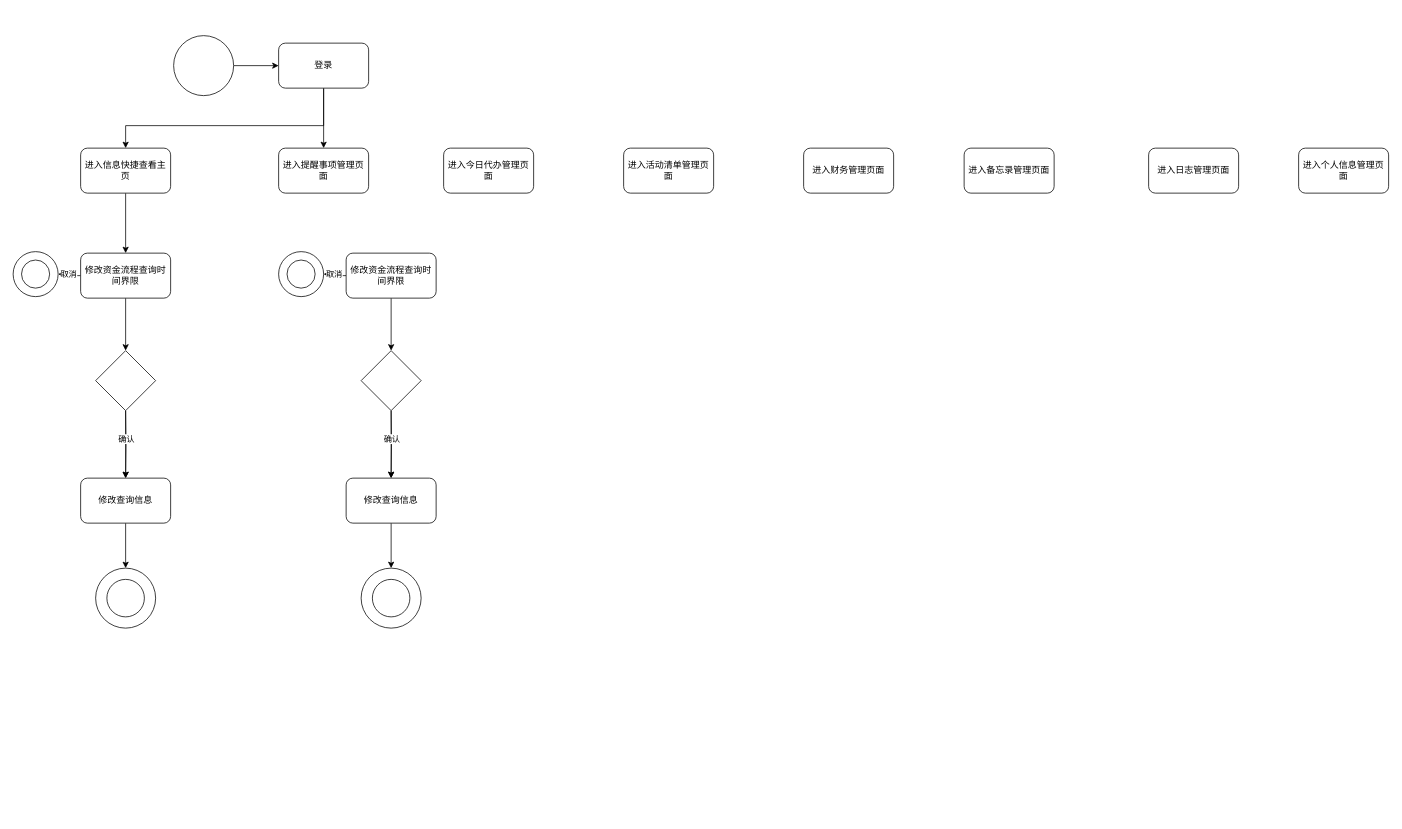
Earlier version of the draw.io diagram 工程流程图.drawio (GitHubDeadTree/Campus-ToDo). Source tidied: cells renumbered, new cells numbered last; positions are measured from the earlier drawing's top-left corner, leaving out a move shared by most shapes. Both pictures are drawn from the tidied source at 75%, with x=0, y=0 at pixel (13, 35).
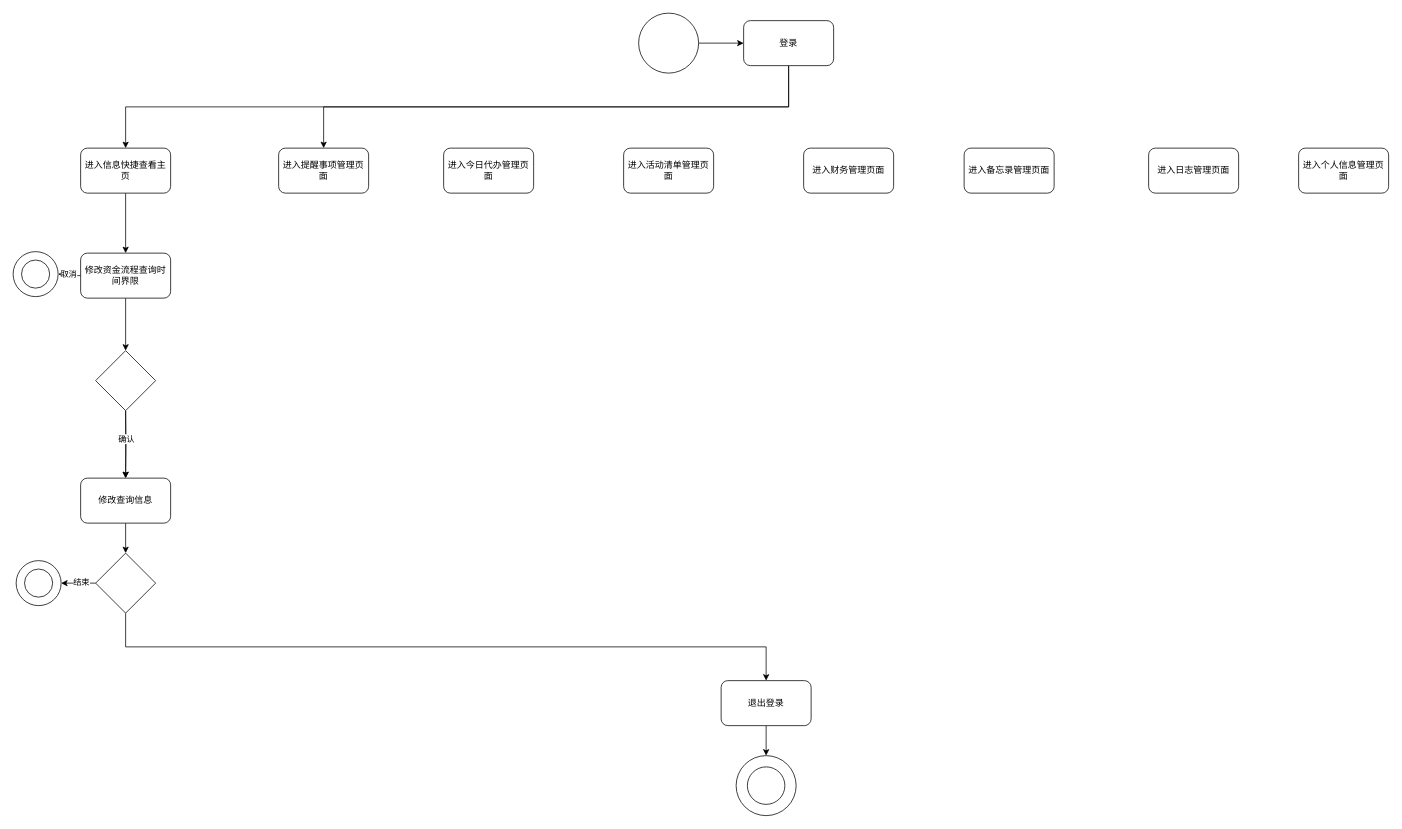
After the change.

Commit message (it also covers changes not shown here):
更新工程流程图.drawio

Unchanged cells that the change refers to:
```xml
<mxCell id="9" value="进入信息快捷查看主页" style="rounded=1;whiteSpace=wrap;html=1;" parent="1" vertex="1">
  <mxGeometry x="90" y="150" width="120" height="60" as="geometry" />
</mxCell>
<mxCell id="19" value="修改查询信息" style="whiteSpace=wrap;html=1;rounded=1;" parent="1" vertex="1">
  <mxGeometry x="90" y="590" width="120" height="60" as="geometry" />
</mxCell>
<mxCell id="26" value="进入提醒事项管理页面" style="rounded=1;whiteSpace=wrap;html=1;" parent="1" vertex="1">
  <mxGeometry x="354" y="150" width="120" height="60" as="geometry" />
</mxCell>
```

What changed in the source:
```diff
@@
     <mxCell id="4" style="ellipse;whiteSpace=wrap;html=1;" parent="1" vertex="1">
-      <mxGeometry x="214" width="80" height="80" as="geometry" />
+      <mxGeometry x="834" y="-30" width="80" height="80" as="geometry" />
     </mxCell>
+    <mxCell id="6" style="edgeStyle=orthogonalEdgeStyle;rounded=0;jettySize=auto;html=1;exitX=0.5;exitY=1;exitDx=0;exitDy=0;" parent="1" edge="1" source="7" target="26">
+      <mxGeometry relative="1" as="geometry" />
+    </mxCell>
-    <mxCell id="5" style="edgeStyle=orthogonalEdgeStyle;rounded=0;jettySize=auto;html=1;entryX=0.5;entryY=0;entryDx=0;entryDy=0;" parent="1" edge="1" source="7" target="9">
-      <mxGeometry relative="1" as="geometry">
-        <Array as="points">
-          <mxPoint x="414" y="120" />
-          <mxPoint x="150" y="120" />
-        </Array>
-      </mxGeometry>
+    <mxCell id="5" style="edgeStyle=orthogonalEdgeStyle;rounded=0;jettySize=auto;html=1;exitX=0.5;exitY=1;exitDx=0;exitDy=0;" parent="1" edge="1" source="7" target="9">
+      <mxGeometry relative="1" as="geometry" />
     </mxCell>
-    <mxCell id="6" style="edgeStyle=orthogonalEdgeStyle;rounded=0;jettySize=auto;html=1;" parent="1" edge="1" source="7" target="26">
-      <mxGeometry relative="1" as="geometry" />
-    </mxCell>
     <mxCell id="7" value="登录" style="rounded=1;whiteSpace=wrap;html=1;" parent="1" vertex="1">
-      <mxGeometry x="354" y="10" width="120" height="60" as="geometry" />
+      <mxGeometry x="974" y="-20" width="120" height="60" as="geometry" />
     </mxCell>
@@
-    <mxCell id="18" style="edgeStyle=orthogonalEdgeStyle;rounded=0;jettySize=auto;html=1;entryX=0.5;entryY=0;entryDx=0;entryDy=0;" parent="1" edge="1" source="19" target="21">
+    <mxCell id="18" style="edgeStyle=orthogonalEdgeStyle;rounded=0;jettySize=auto;html=1;entryX=0.5;entryY=0;entryDx=0;entryDy=0;" parent="1" edge="1" source="19" target="57">
       <mxGeometry relative="1" as="geometry" />
     </mxCell>
@@
-    <mxCell id="20" style="group;" parent="1" vertex="1">
-      <mxGeometry x="110" y="710" width="80" height="80" as="geometry" />
-    </mxCell>
-    <mxCell id="21" style="ellipse;whiteSpace=wrap;html=1;rounded=1;" parent="20" vertex="1">
-      <mxGeometry width="80" height="80" as="geometry" />
-    </mxCell>
-    <mxCell id="22" style="ellipse;whiteSpace=wrap;html=1;rounded=1;" parent="20" vertex="1">
-      <mxGeometry x="15" y="15" width="50" height="50" as="geometry" />
-    </mxCell>
@@
-    <mxCell id="27" style="edgeStyle=orthogonalEdgeStyle;rounded=0;jettySize=auto;html=1;" parent="1" edge="1" source="30" target="32">
-      <mxGeometry relative="1" as="geometry" />
-    </mxCell>
-    <mxCell id="28" value="取消" style="edgeLabel;html=1;align=center;verticalAlign=middle;" parent="27" vertex="1">
-      <mxGeometry x="0.09" y="-3" relative="1" as="geometry" />
-    </mxCell>
-    <mxCell id="29" style="edgeStyle=orthogonalEdgeStyle;rounded=0;jettySize=auto;html=1;entryX=0.5;entryY=0;entryDx=0;entryDy=0;" parent="1" edge="1" source="30" target="42">
-      <mxGeometry relative="1" as="geometry" />
-    </mxCell>
-    <mxCell id="30" value="修改资金流程查询时间界限" style="whiteSpace=wrap;html=1;rounded=1;" parent="1" vertex="1">
-      <mxGeometry x="444" y="290" width="120" height="60" as="geometry" />
-    </mxCell>
-    <mxCell id="31" style="group;" parent="1" vertex="1">
-      <mxGeometry x="354" y="288" width="60" height="60" as="geometry" />
-    </mxCell>
-    <mxCell id="32" style="ellipse;whiteSpace=wrap;html=1;rounded=1;" parent="31" vertex="1">
-      <mxGeometry width="60" height="60" as="geometry" />
-    </mxCell>
-    <mxCell id="33" style="ellipse;whiteSpace=wrap;html=1;rounded=1;" parent="31" vertex="1">
-      <mxGeometry x="11.2" y="11.2" width="37.5" height="37.5" as="geometry" />
-    </mxCell>
-    <mxCell id="34" style="edgeStyle=orthogonalEdgeStyle;rounded=0;jettySize=auto;html=1;" parent="1" edge="1" target="36">
-      <mxGeometry relative="1" as="geometry">
-        <mxPoint x="504" y="500" as="sourcePoint" />
-      </mxGeometry>
-    </mxCell>
-    <mxCell id="35" style="edgeStyle=orthogonalEdgeStyle;rounded=0;jettySize=auto;html=1;entryX=0.5;entryY=0;entryDx=0;entryDy=0;" parent="1" edge="1" source="36" target="38">
-      <mxGeometry relative="1" as="geometry" />
-    </mxCell>
-    <mxCell id="36" value="修改查询信息" style="whiteSpace=wrap;html=1;rounded=1;" parent="1" vertex="1">
-      <mxGeometry x="444" y="590" width="120" height="60" as="geometry" />
-    </mxCell>
-    <mxCell id="37" style="group;" parent="1" vertex="1">
-      <mxGeometry x="464" y="710" width="80" height="80" as="geometry" />
-    </mxCell>
-    <mxCell id="38" style="ellipse;whiteSpace=wrap;html=1;rounded=1;" parent="37" vertex="1">
-      <mxGeometry width="80" height="80" as="geometry" />
-    </mxCell>
-    <mxCell id="39" style="ellipse;whiteSpace=wrap;html=1;rounded=1;" parent="37" vertex="1">
-      <mxGeometry x="15" y="15" width="50" height="50" as="geometry" />
-    </mxCell>
-    <mxCell id="40" style="edgeStyle=orthogonalEdgeStyle;rounded=0;jettySize=auto;html=1;exitX=0.5;exitY=1;exitDx=0;exitDy=0;" parent="1" edge="1" source="42" target="36">
-      <mxGeometry relative="1" as="geometry" />
-    </mxCell>
-    <mxCell id="41" value="确认" style="edgeLabel;html=1;align=center;verticalAlign=middle;" parent="40" vertex="1">
-      <mxGeometry x="-0.18" relative="1" as="geometry" />
-    </mxCell>
-    <mxCell id="42" style="rhombus;whiteSpace=wrap;html=1;" parent="1" vertex="1">
-      <mxGeometry x="464" y="420" width="80" height="80" as="geometry" />
-    </mxCell>
@@
+    <mxCell id="49" style="edgeStyle=orthogonalEdgeStyle;rounded=0;jettySize=auto;html=1;entryX=0.5;entryY=0;entryDx=0;entryDy=0;" parent="1" edge="1" source="50" target="52">
+      <mxGeometry relative="1" as="geometry" />
+    </mxCell>
+    <mxCell id="50" value="退出登录" style="rounded=1;whiteSpace=wrap;html=1;" parent="1" vertex="1">
+      <mxGeometry x="944" y="860" width="120" height="60" as="geometry" />
+    </mxCell>
+    <mxCell id="51" style="group;" parent="1" vertex="1">
+      <mxGeometry x="964" y="960" width="80" height="80" as="geometry" />
+    </mxCell>
+    <mxCell id="52" style="ellipse;whiteSpace=wrap;html=1;rounded=1;" parent="51" vertex="1">
+      <mxGeometry width="80" height="80" as="geometry" />
+    </mxCell>
+    <mxCell id="53" style="ellipse;whiteSpace=wrap;html=1;rounded=1;" parent="51" vertex="1">
+      <mxGeometry x="15" y="15" width="50" height="50" as="geometry" />
+    </mxCell>
+    <mxCell id="54" style="edgeStyle=orthogonalEdgeStyle;rounded=0;jettySize=auto;html=1;" parent="1" edge="1" source="57" target="58">
+      <mxGeometry relative="1" as="geometry" />
+    </mxCell>
+    <mxCell id="55" value="结束" style="edgeLabel;html=1;align=center;verticalAlign=middle;" parent="54" vertex="1">
+      <mxGeometry x="-0.11" y="-2" relative="1" as="geometry" />
+    </mxCell>
+    <mxCell id="56" style="edgeStyle=orthogonalEdgeStyle;rounded=0;jettySize=auto;html=1;exitX=0.5;exitY=1;exitDx=0;exitDy=0;" parent="1" edge="1" source="57" target="50">
+      <mxGeometry relative="1" as="geometry" />
+    </mxCell>
+    <mxCell id="57" style="rhombus;whiteSpace=wrap;html=1;" parent="1" vertex="1">
+      <mxGeometry x="110" y="690" width="80" height="80" as="geometry" />
+    </mxCell>
+    <mxCell id="58" style="group;" parent="1" vertex="1">
+      <mxGeometry x="4" y="700" width="60" height="60" as="geometry" />
+    </mxCell>
+    <mxCell id="32" style="ellipse;whiteSpace=wrap;html=1;rounded=1;" parent="58" vertex="1">
+      <mxGeometry width="60" height="60" as="geometry" />
+    </mxCell>
+    <mxCell id="33" style="ellipse;whiteSpace=wrap;html=1;rounded=1;" parent="58" vertex="1">
+      <mxGeometry x="11.2" y="11.2" width="37.5" height="37.5" as="geometry" />
+    </mxCell>
```
